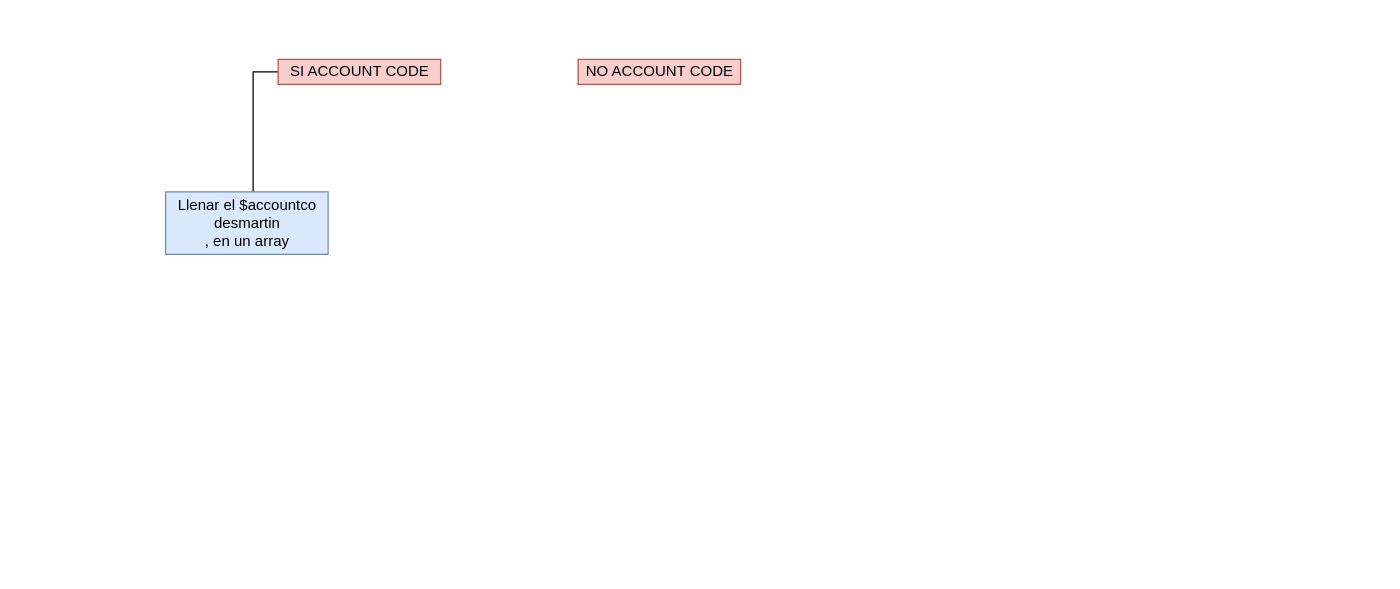
Above: Untitled Diagram.drawio in tomaslvidal/bootstrap-4-setting-and-diagram-use (draw.io), before the change. Source tidied: cells renumbered, new cells numbered last; positions are measured from the earlier drawing's top-left corner, leaving out a move shared by most shapes. Both pictures are drawn from the tidied source at 125%, with x=0, y=0 at pixel (165, 59).
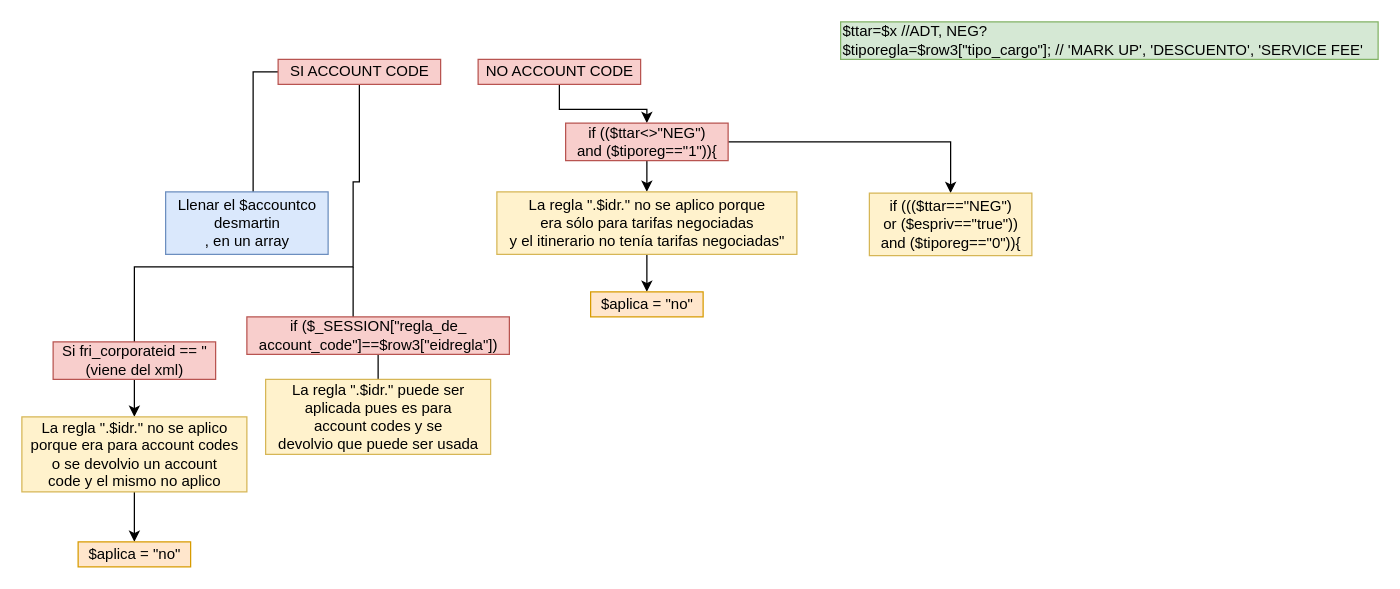
Above is the later version.

The change refers to these unchanged cells:
```xml
<mxCell id="3" value="SI ACCOUNT CODE&lt;br&gt;" style="text;html=1;align=center;verticalAlign=middle;points=[];fillColor=#f8cecc;strokeColor=#b85450;" parent="1" vertex="1">
  <mxGeometry x="90" width="130" height="20" as="geometry" />
</mxCell>
```

The edit, as a diff of the source:
```diff
@@
+    <mxCell id="6" style="edgeStyle=orthogonalEdgeStyle;rounded=0;jettySize=auto;html=1;entryX=0.431;entryY=0.95;entryDx=0;entryDy=0;entryPerimeter=0;" parent="1" edge="1" source="3" target="8">
+      <mxGeometry relative="1" as="geometry">
+        <Array as="points">
+          <mxPoint x="155" y="98" />
+          <mxPoint x="150" y="98" />
+          <mxPoint x="150" y="166" />
+          <mxPoint x="-25" y="166" />
+          <mxPoint x="-25" y="245" />
+        </Array>
+      </mxGeometry>
+    </mxCell>
@@
+    <mxCell id="7" style="edgeStyle=orthogonalEdgeStyle;rounded=0;jettySize=auto;html=1;" parent="1" edge="1" source="8" target="10">
+      <mxGeometry relative="1" as="geometry" />
+    </mxCell>
+    <mxCell id="8" value="Si fri_corporateid == ''&lt;br&gt;(viene del xml)&lt;br&gt;" style="text;html=1;align=center;verticalAlign=middle;points=[];fillColor=#f8cecc;strokeColor=#b85450;" parent="1" vertex="1">
+      <mxGeometry x="-90" y="226" width="130" height="30" as="geometry" />
+    </mxCell>
+    <mxCell id="9" style="edgeStyle=orthogonalEdgeStyle;rounded=0;jettySize=auto;html=1;" parent="1" edge="1" source="10" target="11">
+      <mxGeometry relative="1" as="geometry" />
+    </mxCell>
+    <mxCell id="10" value="La regla &quot;.$idr.&quot; no se aplico &lt;br&gt;porque era para account codes&lt;br&gt;o se devolvio un account &lt;br&gt;code y el mismo no aplico&lt;br&gt;" style="text;html=1;align=center;verticalAlign=middle;points=[];fillColor=#fff2cc;strokeColor=#d6b656;" parent="1" vertex="1">
+      <mxGeometry x="-115" y="286" width="180" height="60" as="geometry" />
+    </mxCell>
+    <mxCell id="11" value="$aplica = &quot;no&quot;&lt;br&gt;" style="text;html=1;align=center;verticalAlign=middle;points=[];fillColor=#ffe6cc;strokeColor=#d79b00;" parent="1" vertex="1">
+      <mxGeometry x="-70" y="386" width="90" height="20" as="geometry" />
+    </mxCell>
+    <mxCell id="12" style="edgeStyle=orthogonalEdgeStyle;rounded=0;jettySize=auto;html=1;" parent="1" edge="1" source="4" target="15">
+      <mxGeometry relative="1" as="geometry" />
+    </mxCell>
     <mxCell id="4" value="NO ACCOUNT CODE&lt;br&gt;" style="text;html=1;align=center;verticalAlign=middle;points=[];fillColor=#f8cecc;strokeColor=#b85450;" parent="1" vertex="1">
-      <mxGeometry x="330" width="130" height="20" as="geometry" />
+      <mxGeometry x="250" width="130" height="20" as="geometry" />
     </mxCell>
+    <mxCell id="13" style="edgeStyle=orthogonalEdgeStyle;rounded=0;jettySize=auto;html=1;" parent="1" edge="1" source="15" target="17">
+      <mxGeometry relative="1" as="geometry" />
+    </mxCell>
+    <mxCell id="14" style="edgeStyle=orthogonalEdgeStyle;rounded=0;jettySize=auto;html=1;" parent="1" edge="1" source="15" target="24">
+      <mxGeometry relative="1" as="geometry" />
+    </mxCell>
+    <mxCell id="15" value="if (($ttar&amp;lt;&amp;gt;&quot;NEG&quot;) &lt;br&gt;and ($tiporeg==&quot;1&quot;)){&lt;br&gt;" style="text;html=1;align=center;verticalAlign=middle;points=[];fillColor=#f8cecc;strokeColor=#b85450;" parent="1" vertex="1">
+      <mxGeometry x="320" y="51" width="130" height="30" as="geometry" />
+    </mxCell>
+    <mxCell id="16" style="edgeStyle=orthogonalEdgeStyle;rounded=0;jettySize=auto;html=1;" parent="1" edge="1" source="17" target="18">
+      <mxGeometry relative="1" as="geometry" />
+    </mxCell>
+    <mxCell id="17" value="La regla &quot;.$idr.&quot; no se aplico porque &lt;br&gt;era sólo para tarifas negociadas &lt;br&gt;y el itinerario no tenía tarifas negociadas&quot;&lt;br&gt;" style="text;html=1;align=center;verticalAlign=middle;points=[];fillColor=#fff2cc;strokeColor=#d6b656;direction=west;" parent="1" vertex="1">
+      <mxGeometry x="265" y="106" width="240" height="50" as="geometry" />
+    </mxCell>
+    <mxCell id="18" value="$aplica = &quot;no&quot;&lt;br&gt;" style="text;html=1;align=center;verticalAlign=middle;points=[];fillColor=#ffe6cc;strokeColor=#d79b00;direction=west;" parent="1" vertex="1">
+      <mxGeometry x="340" y="186" width="90" height="20" as="geometry" />
+    </mxCell>
@@
+    <mxCell id="19" style="endArrow=classic;html=1;" parent="1" edge="1">
+      <mxGeometry relative="1" as="geometry">
+        <mxPoint x="150" y="166" as="sourcePoint" />
+        <mxPoint x="150" y="216" as="targetPoint" />
+      </mxGeometry>
+    </mxCell>
+    <mxCell id="20" style="edgeStyle=orthogonalEdgeStyle;rounded=0;jettySize=auto;html=1;" parent="1" edge="1" source="21">
+      <mxGeometry relative="1" as="geometry">
+        <mxPoint x="170" y="266" as="targetPoint" />
+        <Array as="points">
+          <mxPoint x="170" y="256" />
+        </Array>
+      </mxGeometry>
+    </mxCell>
+    <mxCell id="21" value="if ($_SESSION[&quot;regla_de_&lt;br&gt;account_code&quot;]==$row3[&quot;eidregla&quot;])" style="text;html=1;align=center;verticalAlign=middle;points=[];fillColor=#f8cecc;strokeColor=#b85450;" parent="1" vertex="1">
+      <mxGeometry x="65" y="206" width="210" height="30" as="geometry" />
+    </mxCell>
+    <mxCell id="22" value="La regla &quot;.$idr.&quot; puede ser &lt;br&gt;aplicada pues es para &lt;br&gt;account codes y se &lt;br&gt;devolvio que puede ser usada" style="text;html=1;align=center;verticalAlign=middle;fillColor=#fff2cc;strokeColor=#d6b656;" parent="1" vertex="1">
+      <mxGeometry x="80" y="256" width="180" height="60" as="geometry" />
+    </mxCell>
+    <mxCell id="23" value="&lt;div&gt;$ttar=$x //ADT, NEG?&lt;/div&gt;&lt;div&gt;$tiporegla=$row3[&quot;tipo_cargo&quot;]; // 'MARK UP', 'DESCUENTO', 'SERVICE FEE'&lt;/div&gt;" style="text;html=1;align=left;verticalAlign=middle;fillColor=#d5e8d4;strokeColor=#82b366;" parent="1" vertex="1">
+      <mxGeometry x="540" y="-30" width="430" height="30" as="geometry" />
+    </mxCell>
+    <mxCell id="24" value="if ((($ttar==&quot;NEG&quot;) &lt;br&gt;or ($espriv==&quot;true&quot;)) &lt;br&gt;and ($tiporeg==&quot;0&quot;)){" style="text;html=1;align=center;verticalAlign=middle;points=[];fillColor=#fff2cc;strokeColor=#d6b656;" parent="1" vertex="1">
+      <mxGeometry x="563" y="107" width="130" height="50" as="geometry" />
+    </mxCell>
```
